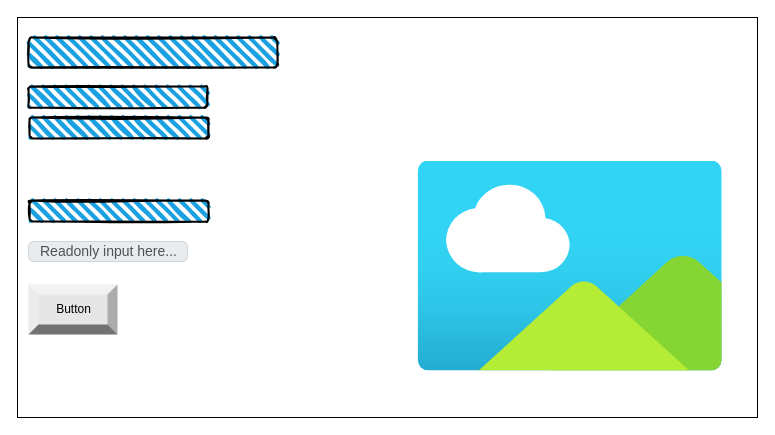
The draw.io diagram page "Page-1" (1 of 2) of design/story-board.drawio in ekaterina-chernykh/ICS20-Unit-5-06, before the edit. Source tidied: cells renumbered, new cells numbered last; positions are measured from the earlier drawing's top-left corner, leaving out a move shared by most shapes. Both pictures are drawn from the tidied source at 100%, with x=0, y=0 at pixel (17, 17).
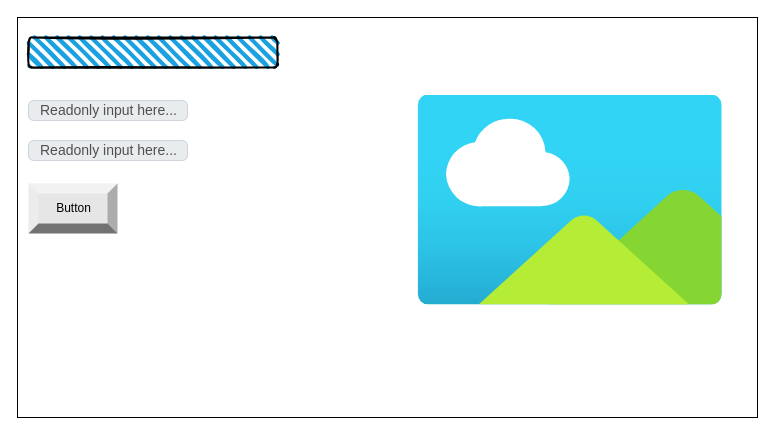
The same page after the edit.

The edit, as a diff of the source:
```diff
@@
 <mxGraphModel>
   <root>
     <mxCell id="0" />
     <mxCell id="1" parent="0" />
     <mxCell id="2" style="rounded=0;whiteSpace=wrap;html=1;" parent="1" vertex="1">
       <mxGeometry width="740" height="400" as="geometry" />
     </mxCell>
     <mxCell id="3" style="rounded=1;whiteSpace=wrap;html=1;strokeWidth=2;fillWeight=4;hachureGap=8;hachureAngle=45;fillColor=#1ba1e2;sketch=1;" parent="1" vertex="1">
       <mxGeometry x="11" y="20" width="249" height="30" as="geometry" />
     </mxCell>
-    <mxCell id="4" style="rounded=1;whiteSpace=wrap;html=1;strokeWidth=2;fillWeight=4;hachureGap=8;hachureAngle=45;fillColor=#1ba1e2;sketch=1;" parent="1" vertex="1">
-      <mxGeometry x="12" y="100" width="179" height="21" as="geometry" />
-    </mxCell>
-    <mxCell id="5" style="rounded=1;whiteSpace=wrap;html=1;strokeWidth=2;fillWeight=4;hachureGap=8;hachureAngle=45;fillColor=#1ba1e2;sketch=1;" parent="1" vertex="1">
-      <mxGeometry x="11" y="69" width="179" height="21" as="geometry" />
-    </mxCell>
-    <mxCell id="6" style="rounded=1;whiteSpace=wrap;html=1;strokeWidth=2;fillWeight=4;hachureGap=8;hachureAngle=45;fillColor=#1ba1e2;sketch=1;" parent="1" vertex="1">
-      <mxGeometry x="12" y="183" width="179" height="21" as="geometry" />
-    </mxCell>
     <mxCell id="7" value="Readonly input here..." style="html=1;shadow=0;dashed=0;shape=mxgraph.bootstrap.rrect;rSize=5;strokeColor=#CED4DA;strokeWidth=1;fillColor=#E9ECEF;fontColor=#505050;whiteSpace=wrap;align=left;verticalAlign=middle;spacingLeft=10;fontSize=14;" parent="1" vertex="1">
-      <mxGeometry x="11" y="224" width="159" height="20" as="geometry" />
+      <mxGeometry x="11" y="123" width="159" height="20" as="geometry" />
     </mxCell>
     <mxCell id="8" value="Button" style="labelPosition=center;verticalLabelPosition=middle;align=center;html=1;shape=mxgraph.basic.shaded_button;dx=10;fillColor=#E6E6E6;strokeColor=none;" parent="1" vertex="1">
-      <mxGeometry x="11" y="267" width="89" height="50" as="geometry" />
+      <mxGeometry x="11" y="166" width="89" height="50" as="geometry" />
     </mxCell>
     <mxCell id="9" style="html=1;align=center;image;fontSize=12;image=img/lib/azure2/general/Image.svg;fillColor=#BA6D07;" parent="1" vertex="1">
-      <mxGeometry x="400" y="143.5" width="305.4" height="210" as="geometry" />
+      <mxGeometry x="400" y="77.5" width="305.4" height="210" as="geometry" />
     </mxCell>
+    <mxCell id="10" value="Readonly input here..." style="html=1;shadow=0;dashed=0;shape=mxgraph.bootstrap.rrect;rSize=5;strokeColor=#CED4DA;strokeWidth=1;fillColor=#E9ECEF;fontColor=#505050;whiteSpace=wrap;align=left;verticalAlign=middle;spacingLeft=10;fontSize=14;" parent="1" vertex="1">
+      <mxGeometry x="11" y="83" width="159" height="20" as="geometry" />
+    </mxCell>
   </root>
 </mxGraphModel>
```
